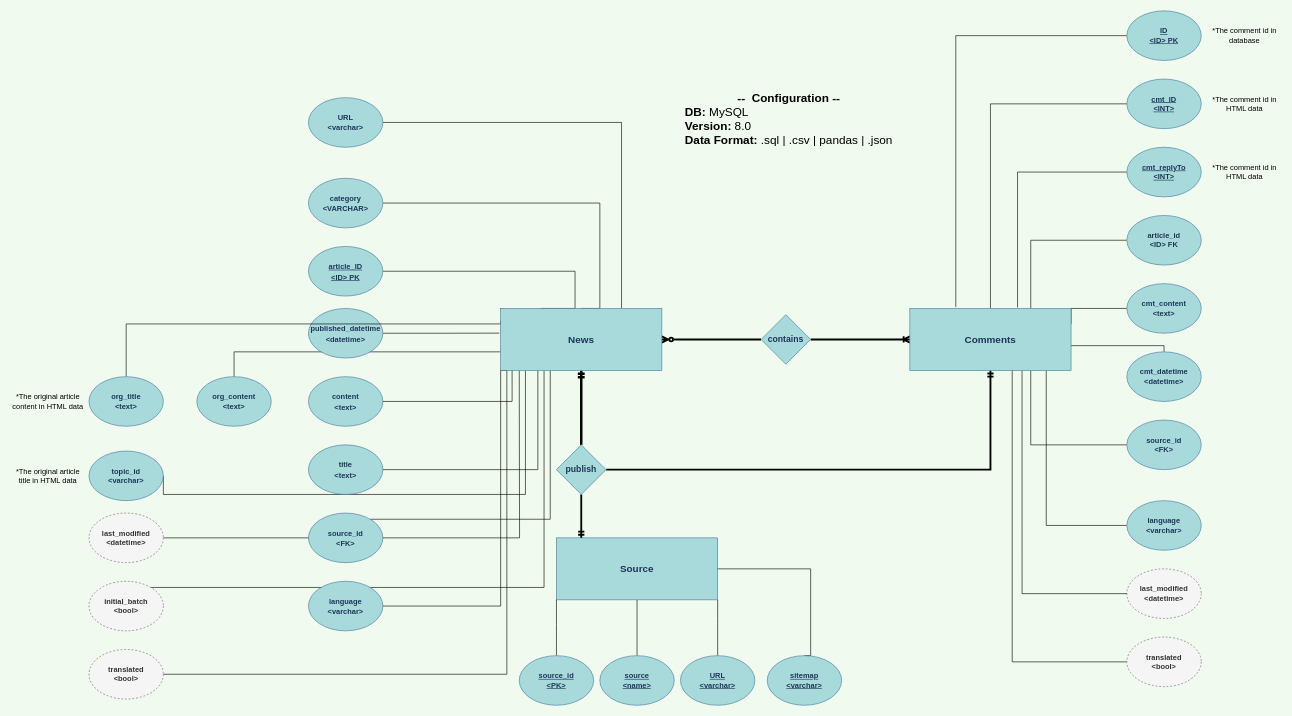
Before: news_dataset.drawio in xiaochen93/xiaochen93, a draw.io diagram. Source tidied: cells renumbered, new cells numbered last; positions are measured from the earlier drawing's top-left corner, leaving out a move shared by most shapes. Both pictures are drawn from the tidied source at 62%, with x=0, y=0 at pixel (11, 11).
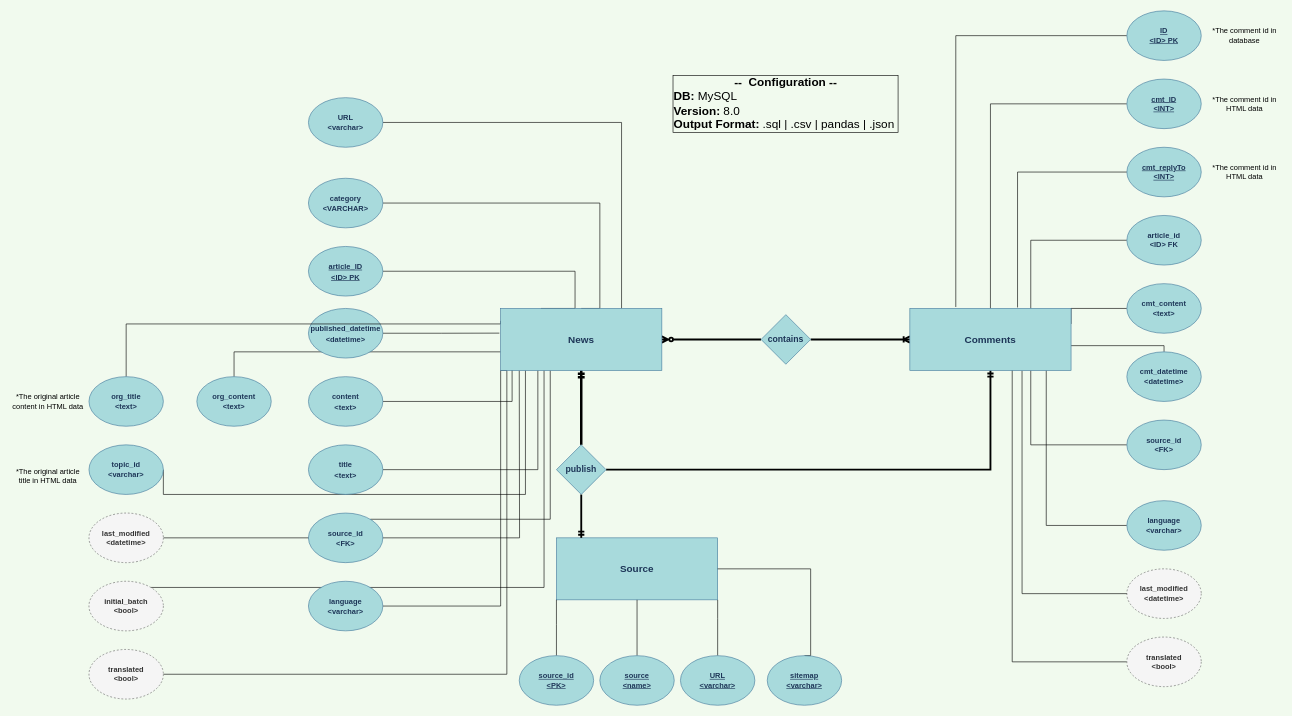
The same page after the edit.

What changed in the source:
```diff
@@
     <mxCell id="37" value="topic_id&lt;br style=&quot;font-size: 12px;&quot;&gt;&amp;lt;varchar&amp;gt;" style="ellipse;whiteSpace=wrap;html=1;fontStyle=1;fontSize=12;fillColor=#A8DADC;strokeColor=#457B9D;fontColor=#1D3557;" parent="1" vertex="1">
-      <mxGeometry x="126" y="710" width="120" height="80" as="geometry" />
+      <mxGeometry x="126" y="700" width="120" height="80" as="geometry" />
     </mxCell>
@@
-    <mxCell id="73" value="&lt;div style=&quot;&quot;&gt;&lt;span style=&quot;background-color: initial;&quot;&gt;--&amp;nbsp; Configuration --&lt;/span&gt;&lt;/div&gt;&lt;div style=&quot;text-align: left;&quot;&gt;&lt;span style=&quot;background-color: initial;&quot;&gt;DB: &lt;span style=&quot;font-weight: normal;&quot;&gt;MySQL&lt;/span&gt;&lt;/span&gt;&lt;/div&gt;&lt;div style=&quot;text-align: left;&quot;&gt;&lt;span style=&quot;background-color: initial;&quot;&gt;Version: &lt;span style=&quot;font-weight: normal;&quot;&gt;8.0&lt;/span&gt;&lt;/span&gt;&lt;/div&gt;&lt;div style=&quot;text-align: left;&quot;&gt;&lt;span style=&quot;background-color: initial;&quot;&gt;Data Format: &lt;span style=&quot;font-weight: normal;&quot;&gt;.sql | .csv | pandas | .json&lt;/span&gt;&lt;/span&gt;&lt;/div&gt;" style="text;html=1;strokeColor=none;fillColor=none;align=center;verticalAlign=middle;whiteSpace=wrap;rounded=0;fontSize=19;fontStyle=1;" parent="1" vertex="1">
-      <mxGeometry x="1070" y="80" width="370" height="190" as="geometry" />
+    <mxCell id="73" value="&lt;div style=&quot;&quot;&gt;&lt;span style=&quot;background-color: initial;&quot;&gt;--&amp;nbsp; Configuration --&lt;/span&gt;&lt;/div&gt;&lt;div style=&quot;text-align: left;&quot;&gt;&lt;span style=&quot;background-color: initial;&quot;&gt;DB: &lt;span style=&quot;font-weight: normal;&quot;&gt;MySQL&lt;/span&gt;&lt;/span&gt;&lt;/div&gt;&lt;div style=&quot;text-align: left;&quot;&gt;&lt;span style=&quot;background-color: initial;&quot;&gt;Version: &lt;span style=&quot;font-weight: normal;&quot;&gt;8.0&lt;/span&gt;&lt;/span&gt;&lt;/div&gt;&lt;div style=&quot;text-align: left;&quot;&gt;&lt;span style=&quot;background-color: initial;&quot;&gt;Output Format: &lt;span style=&quot;font-weight: normal;&quot;&gt;.sql | .csv | pandas | .json&amp;nbsp;&lt;/span&gt;&lt;/span&gt;&lt;/div&gt;" style="text;html=1;strokeColor=none;fillColor=none;align=center;verticalAlign=middle;whiteSpace=wrap;rounded=0;fontSize=19;fontStyle=1;labelBorderColor=default;spacingTop=0;" parent="1" vertex="1">
+      <mxGeometry x="1015" y="40" width="470" height="220" as="geometry" />
     </mxCell>
```
